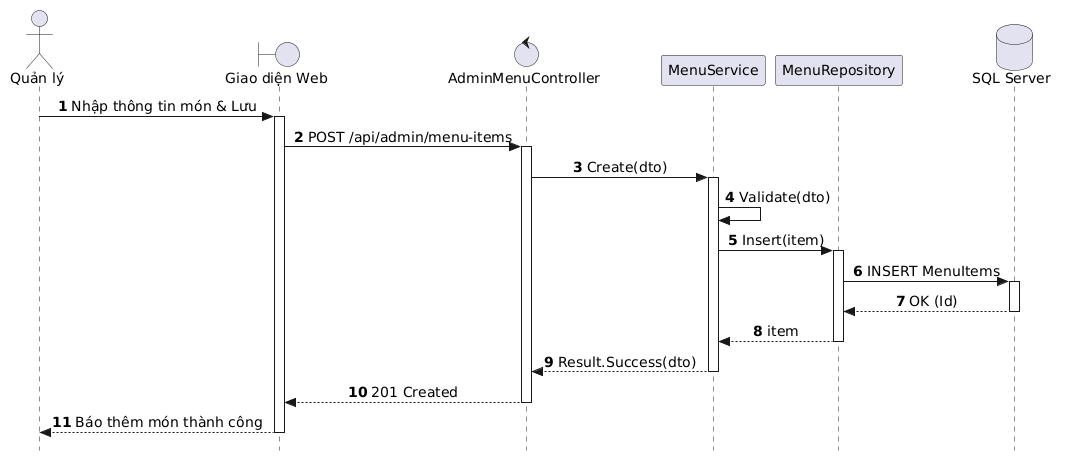
Earlier version of the PlantUML export out/docs/puml/sequences/SD_UC_A1_1_Create_MenuItem/SD_UC_A1_1_Create_MenuItem.png (AndrewQng/VinDining).
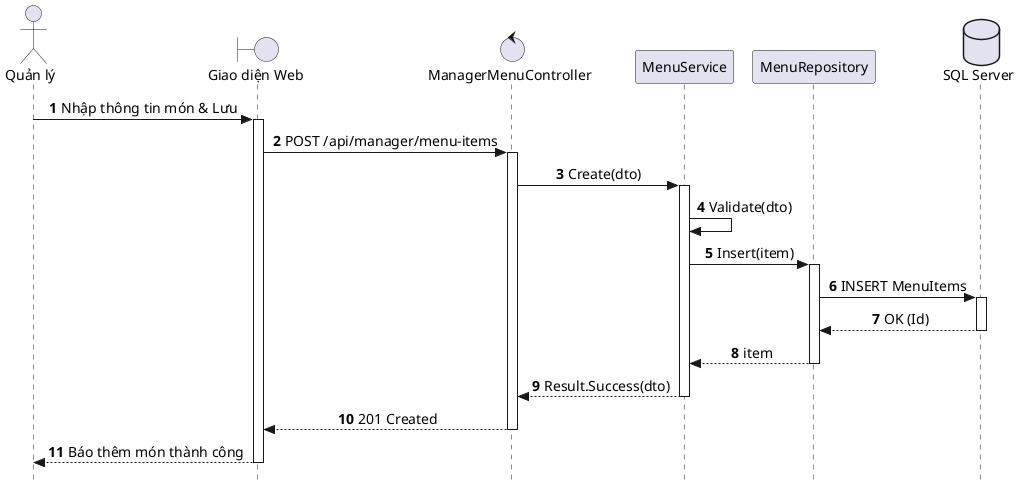
The same diagram one commit later.

Change to the diagram source:
```diff
@@ -1,4 +1,4 @@
-@startuml
+@startuml SD_UC_A1_1_Create_MenuItem
 autonumber
 skinparam style strictuml
 skinparam sequenceMessageAlign center
@@ -8,7 +8,7 @@
 
 actor "Quản lý" as Manager
 boundary "Giao diện Web" as UI
-control "AdminMenuController" as Controller
+control "ManagerMenuController" as Controller
 participant "MenuService" as Service
 participant "MenuRepository" as Repo
 database "SQL Server" as DB
@@ -16,7 +16,7 @@
 Manager -> UI: Nhập thông tin món & Lưu
 activate UI
 
-UI -> Controller: POST /api/admin/menu-items
+UI -> Controller: POST /api/manager/menu-items
 activate Controller
 
 Controller -> Service: Create(dto)
@@ -43,4 +43,5 @@
 
 UI --> Manager: Báo thêm món thành công
 deactivate UI
+
 @enduml
```
